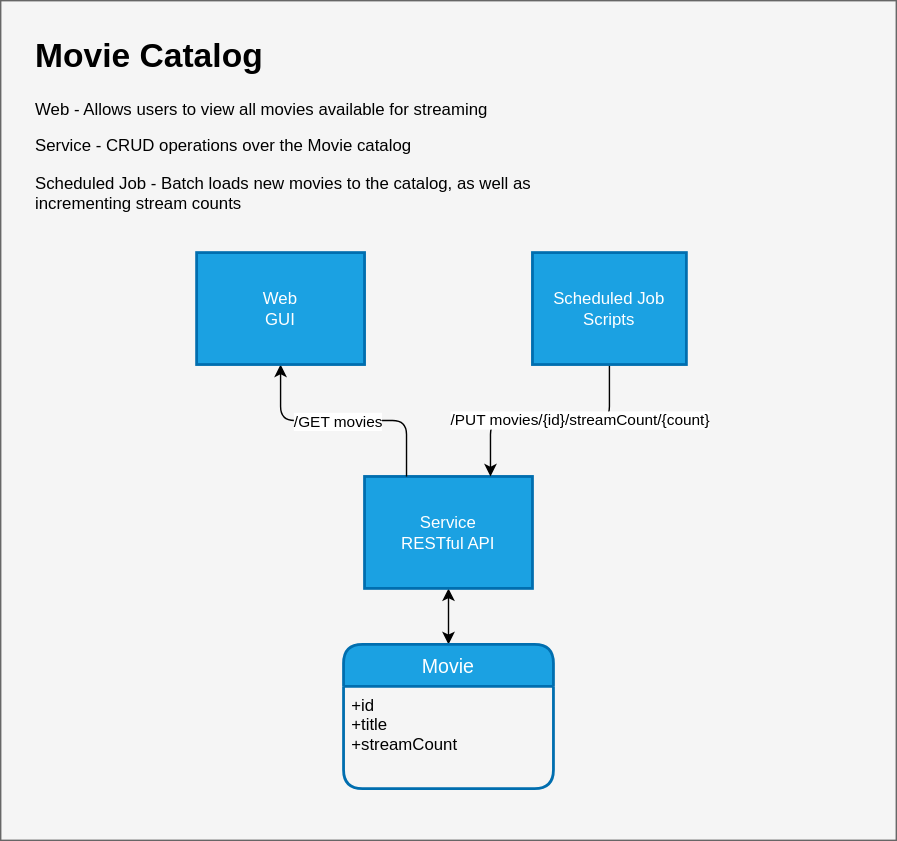
This is images/OF_Mini_Services.svg from annagapuz/cicd-comparison, a draw.io export, as it was before one commit. Source tidied: cells renumbered, new cells last; positions are measured from the earlier drawing's top-left corner, leaving out a move shared by most shapes.
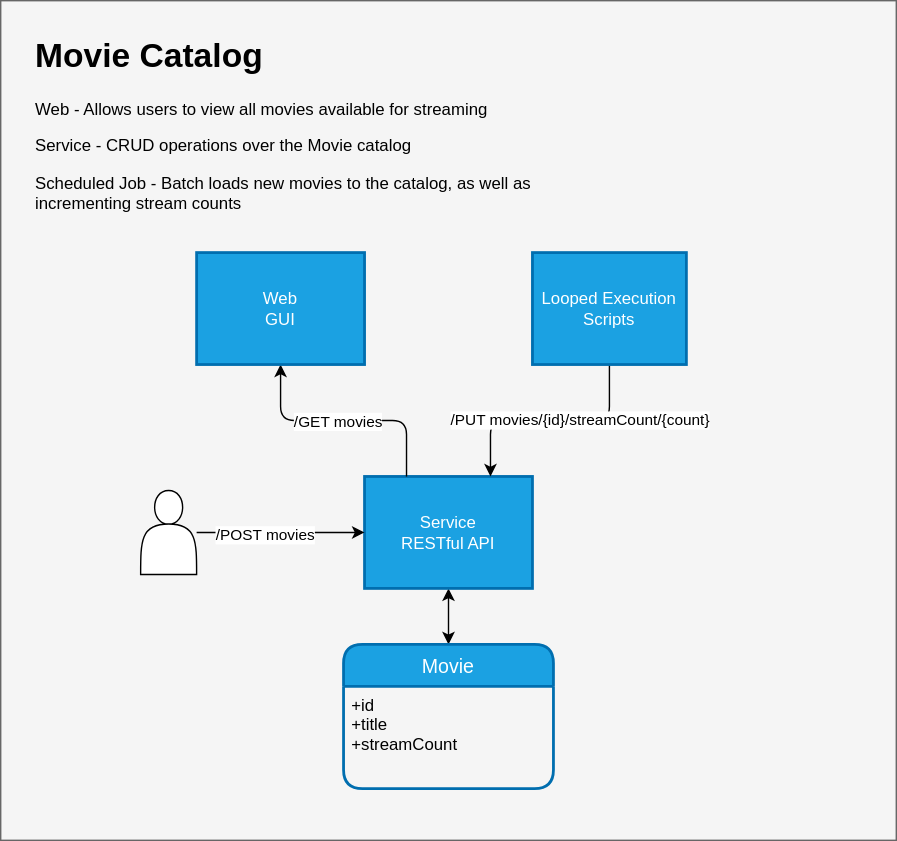
The same file after the commit.

Change to the diagram source:
```diff
@@ -26,7 +26,7 @@
     <mxCell id="9" value="&lt;div&gt;/PUT movies/{id}/streamCount/{count}&lt;br&gt;&lt;/div&gt;" style="edgeLabel;html=1;align=center;verticalAlign=middle;" parent="8" vertex="1">
       <mxGeometry x="-0.25" y="-1" relative="1" as="geometry" />
     </mxCell>
-    <mxCell id="10" value="&lt;div&gt;Scheduled Job&lt;br&gt;&lt;/div&gt;&lt;div&gt;Scripts&lt;br&gt;&lt;/div&gt;" style="whiteSpace=wrap;html=1;absoluteArcSize=1;arcSize=14;strokeWidth=2;fillColor=#1ba1e2;strokeColor=#006EAF;fontColor=#ffffff;" parent="1" vertex="1">
+    <mxCell id="10" value="&lt;div&gt;Looped Execution&lt;br&gt;&lt;/div&gt;&lt;div&gt;Scripts&lt;br&gt;&lt;/div&gt;" style="whiteSpace=wrap;html=1;absoluteArcSize=1;arcSize=14;strokeWidth=2;fillColor=#1ba1e2;strokeColor=#006EAF;fontColor=#ffffff;" parent="1" vertex="1">
       <mxGeometry x="380" y="180" width="110" height="80" as="geometry" />
     </mxCell>
     <mxCell id="11" value="&lt;h1&gt;Movie Catalog&lt;br&gt;&lt;/h1&gt;&lt;p&gt;Web - Allows users to view all movies available for streaming&lt;/p&gt;&lt;p&gt;Service - CRUD operations over the Movie catalog&lt;/p&gt;&lt;p&gt;Scheduled Job - Batch loads new movies to the catalog, as well as incrementing stream counts&lt;br&gt;&lt;/p&gt;" style="text;html=1;strokeColor=none;fillColor=none;spacing=5;spacingTop=-20;whiteSpace=wrap;overflow=hidden;" parent="1" vertex="1">
@@ -38,5 +38,14 @@
     <mxCell id="13" value="+id&#10;+title&#10;+streamCount" style="align=left;strokeColor=none;fillColor=none;spacingLeft=4;fontSize=12;verticalAlign=top;" parent="12" vertex="1">
       <mxGeometry y="30" width="150" height="73" as="geometry" />
     </mxCell>
+    <mxCell id="14" style="edgeStyle=orthogonalEdgeStyle;rounded=0;jettySize=auto;html=1;" parent="1" edge="1" source="16" target="4">
+      <mxGeometry relative="1" as="geometry" />
+    </mxCell>
+    <mxCell id="15" value="/POST movies" style="edgeLabel;html=1;align=center;verticalAlign=middle;" parent="14" vertex="1">
+      <mxGeometry x="-0.2" y="-1" relative="1" as="geometry" />
+    </mxCell>
+    <mxCell id="16" style="shape=actor;whiteSpace=wrap;html=1;" parent="1" vertex="1">
+      <mxGeometry x="100" y="350" width="40" height="60" as="geometry" />
+    </mxCell>
   </root>
 </mxGraphModel>
```
